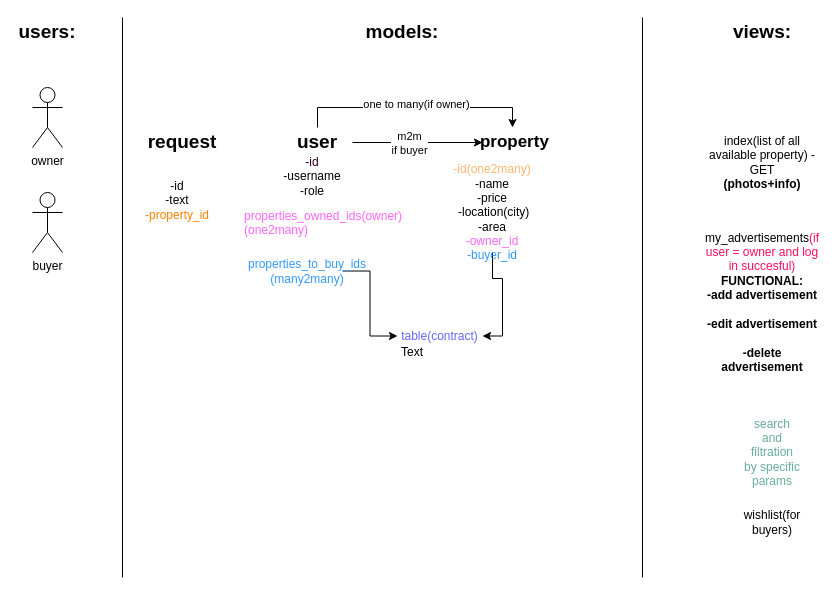
Before: main_flow.drawio in valexsav/django_project_propertyhunt, a draw.io diagram. Source tidied: cells renumbered, new cells numbered last; positions are measured from the earlier drawing's top-left corner, leaving out a move shared by most shapes. Both pictures are drawn from the tidied source at 100%, with x=0, y=0 at pixel (17, 17).
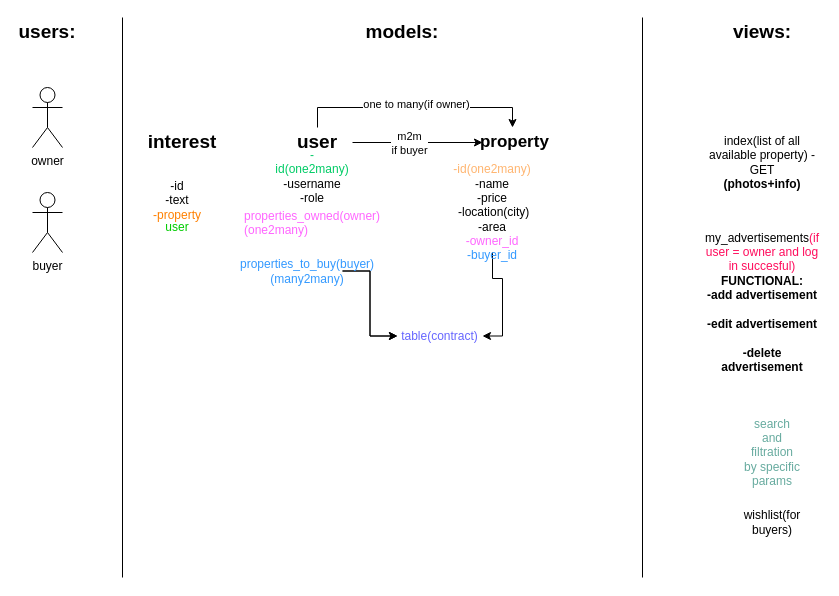
Above is the later version.

Unchanged cells that the change refers to:
```xml
<mxCell id="27" value="&lt;font color=&quot;#6666ff&quot;&gt;table(contract)&lt;/font&gt;" style="text;html=1;align=center;verticalAlign=middle;whiteSpace=wrap;rounded=0;" parent="1" vertex="1">
  <mxGeometry x="380" y="287" width="85" height="63" as="geometry" />
</mxCell>
```

Change to the diagram source:
```diff
@@
-    <mxCell id="20" value="&lt;font color=&quot;#33001a&quot;&gt;-id&lt;/font&gt;&lt;div&gt;-username&lt;/div&gt;&lt;div&gt;-role&lt;/div&gt;" style="text;html=1;align=center;verticalAlign=middle;whiteSpace=wrap;rounded=0;" parent="1" vertex="1">
+    <mxCell id="20" value="&lt;font color=&quot;#00cc66&quot;&gt;-id(one2many)&lt;/font&gt;&lt;div&gt;-username&lt;/div&gt;&lt;div&gt;-role&lt;/div&gt;" style="text;html=1;align=center;verticalAlign=middle;whiteSpace=wrap;rounded=0;" parent="1" vertex="1">
       <mxGeometry x="265" y="144" width="60" height="30" as="geometry" />
     </mxCell>
@@
-    <mxCell id="22" value="&lt;b&gt;&lt;font style=&quot;font-size: 19px;&quot;&gt;request&lt;/font&gt;&lt;/b&gt;" style="text;html=1;align=center;verticalAlign=middle;whiteSpace=wrap;rounded=0;" parent="1" vertex="1">
+    <mxCell id="22" value="&lt;span style=&quot;font-size: 19px;&quot;&gt;&lt;b&gt;interest&lt;/b&gt;&lt;/span&gt;" style="text;html=1;align=center;verticalAlign=middle;whiteSpace=wrap;rounded=0;" parent="1" vertex="1">
       <mxGeometry x="135" y="110" width="60" height="30" as="geometry" />
     </mxCell>
-    <mxCell id="23" value="-id&lt;div&gt;-text&lt;/div&gt;&lt;div&gt;&lt;font color=&quot;#ff8000&quot;&gt;-property_id&lt;/font&gt;&lt;/div&gt;" style="text;html=1;align=center;verticalAlign=middle;whiteSpace=wrap;rounded=0;" parent="1" vertex="1">
+    <mxCell id="23" value="-id&lt;div&gt;-text&lt;/div&gt;&lt;div&gt;&lt;font color=&quot;#ff8000&quot;&gt;-property&lt;/font&gt;&lt;/div&gt;" style="text;html=1;align=center;verticalAlign=middle;whiteSpace=wrap;rounded=0;" parent="1" vertex="1">
       <mxGeometry x="115" y="155" width="90" height="55" as="geometry" />
     </mxCell>
-    <mxCell id="24" value="properties_owned_ids(owner)(one2many)" style="text;whiteSpace=wrap;html=1;fontColor=#FF66FF;" parent="1" vertex="1">
+    <mxCell id="24" value="properties_owned(owner)(one2many)" style="text;whiteSpace=wrap;html=1;fontColor=#FF66FF;" parent="1" vertex="1">
       <mxGeometry x="225" y="185" width="130" height="40" as="geometry" />
     </mxCell>
@@
+    <mxCell id="29" style="edgeStyle=orthogonalEdgeStyle;rounded=0;jettySize=auto;html=1;" parent="1" edge="1" source="26" target="27">
+      <mxGeometry relative="1" as="geometry" />
+    </mxCell>
-    <mxCell id="26" value="&lt;font color=&quot;#3399ff&quot;&gt;properties_to_buy_ids&lt;/font&gt;&lt;div&gt;&lt;span style=&quot;color: rgb(51, 153, 255); background-color: initial;&quot;&gt;(many2many)&lt;/span&gt;&lt;/div&gt;" style="text;html=1;align=center;verticalAlign=middle;whiteSpace=wrap;rounded=0;" parent="1" vertex="1">
+    <mxCell id="26" value="&lt;font color=&quot;#3399ff&quot;&gt;properties_to_buy(buyer)&lt;/font&gt;&lt;div&gt;&lt;span style=&quot;color: rgb(51, 153, 255); background-color: initial;&quot;&gt;(many2many)&lt;/span&gt;&lt;/div&gt;" style="text;html=1;align=center;verticalAlign=middle;whiteSpace=wrap;rounded=0;" parent="1" vertex="1">
       <mxGeometry x="255" y="220" width="70" height="67" as="geometry" />
     </mxCell>
@@
-    <mxCell id="28" value="Text" style="text;html=1;align=center;verticalAlign=middle;whiteSpace=wrap;rounded=0;" parent="1" vertex="1">
-      <mxGeometry x="365" y="320" width="60" height="30" as="geometry" />
-    </mxCell>
+    <mxCell id="30" value="&lt;font color=&quot;#00cc00&quot;&gt;user&lt;/font&gt;" style="text;html=1;align=center;verticalAlign=middle;whiteSpace=wrap;rounded=0;" parent="1" vertex="1">
+      <mxGeometry x="130" y="195" width="60" height="30" as="geometry" />
+    </mxCell>
```
